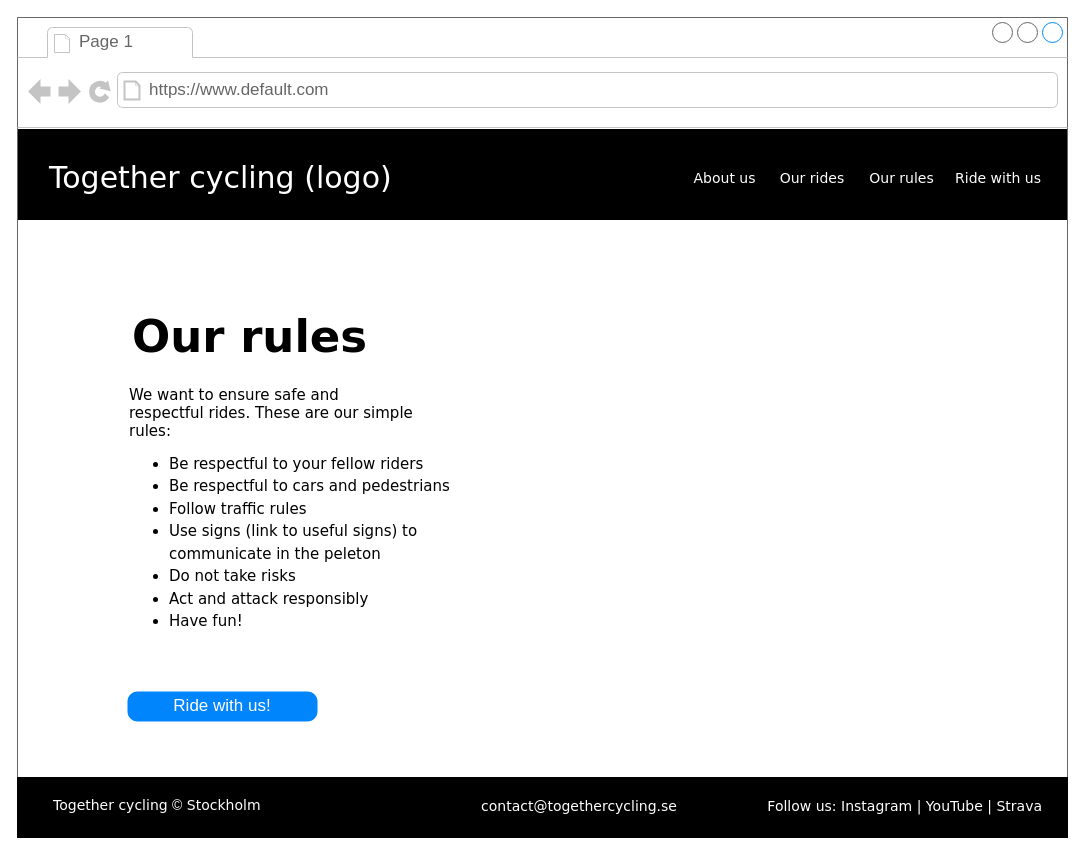
Earlier version of the draw.io diagram page "Our rules" (4 of 6) of Together-cycling.drawio (CharlottaG/Together-Cycling). Source tidied: cells renumbered, new cells numbered last; positions are measured from the earlier drawing's top-left corner, leaving out a move shared by most shapes. Both pictures are drawn from the tidied source at 100%, with x=0, y=0 at pixel (17, 17).
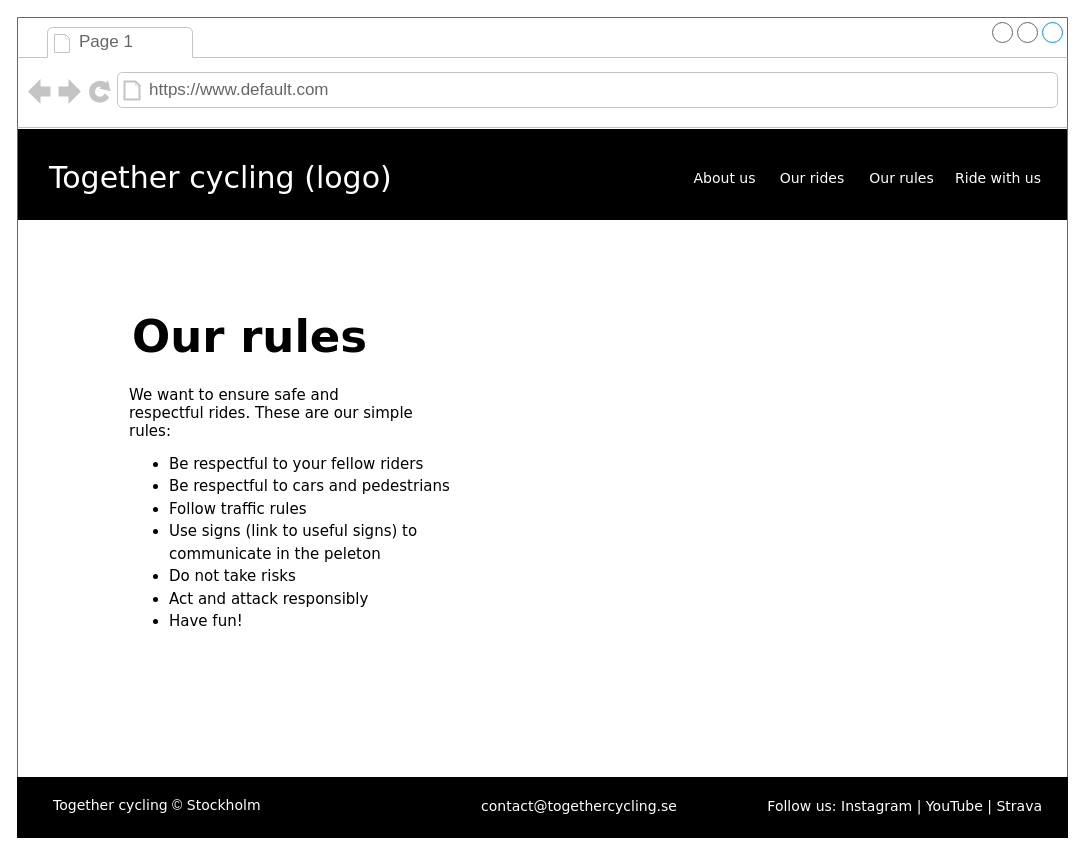
The same page after the edit.

Diff of the diagram source:
```diff
@@
 <mxGraphModel>
   <root>
     <mxCell id="0" />
     <mxCell id="1" parent="0" />
     <mxCell id="2" style="strokeWidth=1;shadow=0;dashed=0;align=center;html=1;shape=mxgraph.mockup.containers.browserWindow;rSize=0;strokeColor=#666666;mainText=,;rounded=0;labelBackgroundColor=none;fontFamily=Verdana;fontSize=12;" parent="1" vertex="1">
       <mxGeometry width="1050" height="815" as="geometry" />
     </mxCell>
     <mxCell id="3" style="rounded=0;whiteSpace=wrap;html=1;fillColor=#000000;" parent="2" vertex="1">
       <mxGeometry x="1" y="112" width="1048" height="90" as="geometry" />
     </mxCell>
     <mxCell id="4" value="Page 1" style="strokeWidth=1;shadow=0;dashed=0;align=center;html=1;shape=mxgraph.mockup.containers.anchor;fontSize=17;fontColor=#666666;align=left;" parent="2" vertex="1">
       <mxGeometry x="60" y="12" width="110" height="26" as="geometry" />
     </mxCell>
     <mxCell id="5" value="https://www.default.com" style="strokeWidth=1;shadow=0;dashed=0;align=center;html=1;shape=mxgraph.mockup.containers.anchor;rSize=0;fontSize=17;fontColor=#666666;align=left;" parent="2" vertex="1">
       <mxGeometry x="130" y="60" width="250" height="26" as="geometry" />
     </mxCell>
     <mxCell id="6" value="Together cycling (logo)" style="text;html=1;align=left;verticalAlign=top;spacingTop=-4;fontSize=30;fontFamily=Verdana;fontColor=#FFFFFF;" parent="2" vertex="1">
       <mxGeometry x="30" y="140" width="340" height="50" as="geometry" />
     </mxCell>
     <mxCell id="7" style="rounded=0;whiteSpace=wrap;html=1;labelBackgroundColor=#000000;fillColor=#000000;" parent="2" vertex="1">
       <mxGeometry y="760" width="1050" height="60" as="geometry" />
     </mxCell>
     <mxCell id="8" value="&lt;font face=&quot;Verdana&quot;&gt;Together cycling&amp;nbsp;&lt;/font&gt;©&lt;font face=&quot;Verdana&quot;&gt;&amp;nbsp;Stockholm&lt;/font&gt;" style="html=1;shadow=0;dashed=0;shape=mxgraph.bootstrap.rrect;rSize=5;fillColor=none;strokeColor=none;fontSize=14;fontColor=#FFFFFF;align=left;" parent="2" vertex="1">
       <mxGeometry x="34" y="768" width="60" height="40" as="geometry" />
     </mxCell>
     <mxCell id="9" value="contact@togethercycling.se" style="fillColor=none;strokeColor=none;fontSize=14;fontColor=#FFFFFF;fontFamily=Verdana;align=center;" parent="2" vertex="1">
       <mxGeometry x="527" y="768" width="70" height="40" as="geometry" />
     </mxCell>
     <mxCell id="10" value="Follow us: Instagram | YouTube | Strava" style="fillColor=none;strokeColor=none;fontSize=14;fontColor=#FFFFFF;fontFamily=Verdana;align=right;" parent="2" vertex="1">
       <mxGeometry x="967" y="768" width="60" height="40" as="geometry" />
     </mxCell>
     <mxCell id="11" value="&lt;ul style=&quot;font-size: 15px; line-height: 150%;&quot;&gt;&lt;li&gt;&lt;font face=&quot;Verdana&quot;&gt;Be respectful to your fellow riders&lt;/font&gt;&lt;/li&gt;&lt;li&gt;&lt;font face=&quot;Verdana&quot;&gt;Be respectful to cars and pedestrians&lt;/font&gt;&lt;/li&gt;&lt;li&gt;&lt;font face=&quot;Verdana&quot;&gt;Follow traffic rules&lt;/font&gt;&lt;/li&gt;&lt;li&gt;&lt;font face=&quot;Verdana&quot;&gt;Use signs (link to useful signs) to communicate in the peleton&lt;/font&gt;&lt;/li&gt;&lt;li&gt;&lt;font face=&quot;Verdana&quot;&gt;Do not take risks&lt;/font&gt;&lt;/li&gt;&lt;li&gt;&lt;font face=&quot;Verdana&quot;&gt;Act and attack responsibly&lt;/font&gt;&lt;/li&gt;&lt;li&gt;&lt;font face=&quot;Verdana&quot;&gt;Have fun!&lt;/font&gt;&lt;/li&gt;&lt;/ul&gt;" style="text;strokeColor=none;fillColor=none;html=1;whiteSpace=wrap;verticalAlign=middle;overflow=hidden;" parent="2" vertex="1">
       <mxGeometry x="110" y="418" width="387" height="200" as="geometry" />
     </mxCell>
     <mxCell id="12" value="&lt;h2 style=&quot;border-color: var(--border-color);&quot;&gt;&lt;/h2&gt;&lt;font style=&quot;border-color: var(--border-color);&quot; face=&quot;Verdana&quot;&gt;&lt;font style=&quot;border-color: var(--border-color); font-size: 15px;&quot;&gt;We want to ensure safe and respectful rides. These are our simple rules:&lt;/font&gt;&lt;br style=&quot;border-color: var(--border-color);&quot;&gt;&lt;/font&gt;&lt;h3 style=&quot;border-color: var(--border-color);&quot;&gt;&lt;br style=&quot;border-color: var(--border-color);&quot;&gt;&lt;/h3&gt;" style="text;html=1;strokeColor=none;fillColor=none;align=left;verticalAlign=middle;whiteSpace=wrap;rounded=0;" parent="2" vertex="1">
       <mxGeometry x="110" y="369" width="287" height="82.5" as="geometry" />
     </mxCell>
     <mxCell id="13" value="&lt;h1&gt;&lt;font face=&quot;Verdana&quot; style=&quot;font-size: 45px;&quot;&gt;Our rules&lt;/font&gt;&lt;/h1&gt;&lt;h2&gt;&lt;br&gt;&lt;/h2&gt;" style="text;html=1;strokeColor=none;fillColor=none;spacing=5;spacingTop=-20;whiteSpace=wrap;overflow=hidden;rounded=0;" parent="1" vertex="1">
       <mxGeometry x="110" y="287" width="539" height="78" as="geometry" />
     </mxCell>
-    <mxCell id="14" value="Ride with us!" style="strokeWidth=1;shadow=0;dashed=0;align=center;html=1;shape=mxgraph.mockup.buttons.button;strokeColor=none;mainText=;buttonStyle=round;fontSize=17;fontStyle=0;fillColor=#0085FC;whiteSpace=wrap;rounded=0;labelBackgroundColor=none;fontColor=#FFFFFF;" parent="1" vertex="1">
-      <mxGeometry x="110" y="674" width="190" height="30" as="geometry" />
-    </mxCell>
     <mxCell id="15" value="Our rides" style="fillColor=none;strokeColor=none;fontSize=14;fontColor=#FFFFFF;fontFamily=Verdana;labelBackgroundColor=none;flipH=1;" parent="1" vertex="1">
       <mxGeometry x="762" y="140" width="66" height="40" as="geometry" />
     </mxCell>
     <mxCell id="16" value="Ride with us" style="fillColor=none;strokeColor=none;fontSize=14;fontColor=#FFFFFF;fontFamily=Verdana;labelBackgroundColor=none;flipH=1;" parent="1" vertex="1">
       <mxGeometry x="941" y="140" width="80" height="40" as="geometry" />
     </mxCell>
     <mxCell id="17" value="About us" style="fillColor=none;strokeColor=none;fontSize=14;fontColor=#FFFFFF;fontFamily=Verdana;labelBackgroundColor=none;flipH=1;" parent="1" vertex="1">
       <mxGeometry x="675" y="140" width="65" height="40" as="geometry" />
     </mxCell>
     <mxCell id="18" value="Our rules" style="fillColor=none;strokeColor=none;fontSize=14;fontColor=#FFFFFF;fontFamily=Verdana;labelBackgroundColor=none;flipH=1;" parent="1" vertex="1">
       <mxGeometry x="851" y="140" width="67" height="40" as="geometry" />
     </mxCell>
   </root>
 </mxGraphModel>
```
